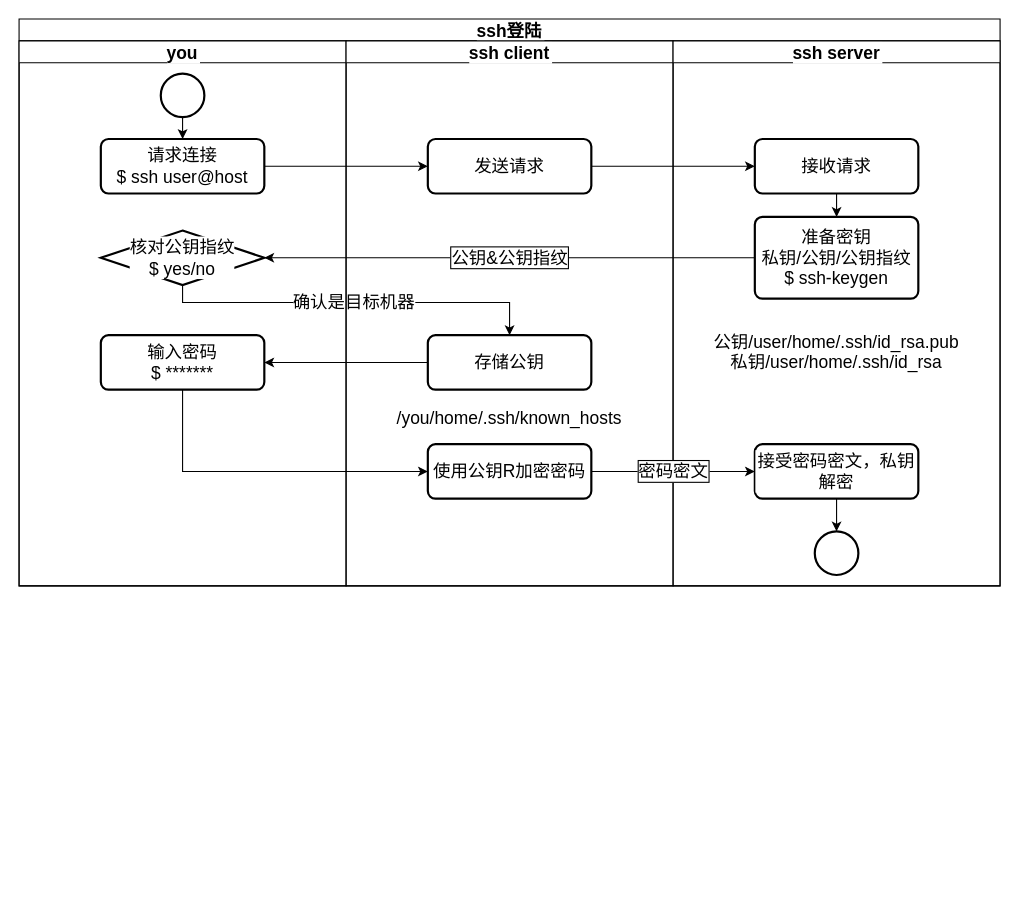
Above: page "Page-1" (1 of 2) of ssh.drawio in RedFoxAtAsleep/app.diagram.net (draw.io), before the change. Source tidied: cells renumbered, new cells numbered last; positions are measured from the earlier drawing's top-left corner, leaving out a move shared by most shapes. Both pictures are drawn from the tidied source at 109%, with x=0, y=0 at pixel (19, 19).
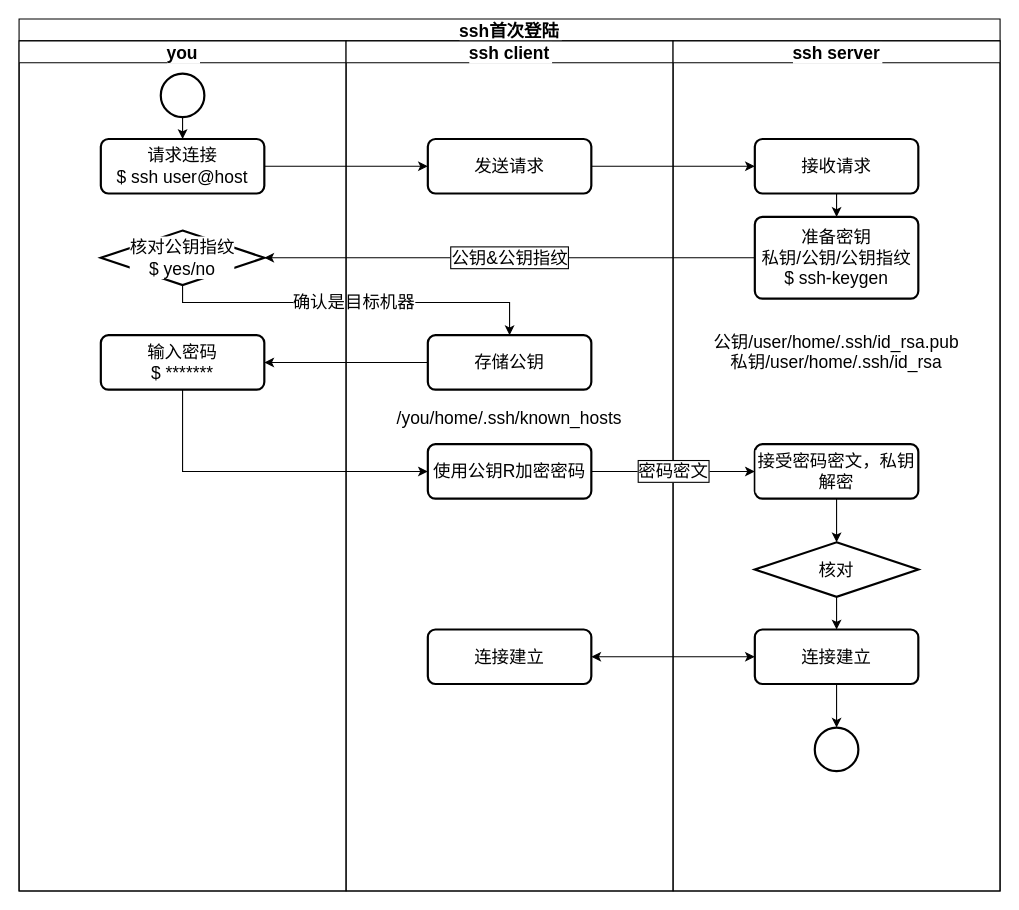
The same diagram, later.

Unchanged cells that the change refers to:
```xml
<mxCell id="25" value="接受密码密文，私钥解密" style="rounded=1;whiteSpace=wrap;html=1;absoluteArcSize=1;arcSize=14;strokeWidth=2;fontSize=16;labelBackgroundColor=default;" parent="20" vertex="1">
  <mxGeometry x="75" y="370" width="150" height="50" as="geometry" />
</mxCell>
```

Diff of the diagram source:
```diff
@@
-    <mxCell id="2" value="ssh登陆" style="swimlane;startSize=20;fontSize=16;labelBackgroundColor=default;" parent="1" vertex="1">
-      <mxGeometry width="900" height="520" as="geometry" />
+    <mxCell id="2" value="ssh首次登陆" style="swimlane;startSize=20;fontSize=16;labelBackgroundColor=default;" parent="1" vertex="1">
+      <mxGeometry width="900" height="800" as="geometry" />
     </mxCell>
@@
     <mxCell id="6" value="you" style="swimlane;startSize=20;fontSize=16;labelBackgroundColor=default;" parent="2" vertex="1">
-      <mxGeometry y="20" width="300" height="500" as="geometry" />
+      <mxGeometry y="20" width="300" height="780" as="geometry" />
     </mxCell>
@@
     <mxCell id="12" value="ssh client" style="swimlane;startSize=20;fontSize=16;labelBackgroundColor=default;" parent="2" vertex="1">
-      <mxGeometry x="300" y="20" width="300" height="500" as="geometry" />
+      <mxGeometry x="300" y="20" width="300" height="780" as="geometry" />
     </mxCell>
@@
+    <mxCell id="29" value="连接建立" style="rounded=1;whiteSpace=wrap;html=1;absoluteArcSize=1;arcSize=14;strokeWidth=2;fontSize=16;labelBackgroundColor=default;" parent="12" vertex="1">
+      <mxGeometry x="75" y="540" width="150" height="50" as="geometry" />
+    </mxCell>
@@
     <mxCell id="20" value="ssh server" style="swimlane;startSize=20;fontSize=16;labelBackgroundColor=default;" parent="2" vertex="1">
-      <mxGeometry x="600" y="20" width="300" height="500" as="geometry" />
+      <mxGeometry x="600" y="20" width="300" height="780" as="geometry" />
     </mxCell>
@@
-    <mxCell id="24" style="edgeStyle=orthogonalEdgeStyle;rounded=0;jettySize=auto;html=1;exitX=0.5;exitY=1;exitDx=0;exitDy=0;labelBackgroundColor=default;labelBorderColor=#000000;fontSize=16;fontColor=#000000;" parent="20" edge="1" source="25" target="26">
+    <mxCell id="24" style="edgeStyle=orthogonalEdgeStyle;rounded=0;jettySize=auto;html=1;exitX=0.5;exitY=1;exitDx=0;exitDy=0;labelBackgroundColor=default;labelBorderColor=#000000;fontSize=16;fontColor=#000000;" parent="20" edge="1" source="25" target="31">
       <mxGeometry relative="1" as="geometry" />
     </mxCell>
@@
-    <mxCell id="26" style="strokeWidth=2;html=1;shape=mxgraph.flowchart.start_2;whiteSpace=wrap;fontSize=16;labelBackgroundColor=default;" parent="20" vertex="1">
-      <mxGeometry x="130" y="450" width="40" height="40" as="geometry" />
-    </mxCell>
@@
+    <mxCell id="30" style="edgeStyle=orthogonalEdgeStyle;rounded=0;jettySize=auto;html=1;exitX=0.5;exitY=1;exitDx=0;exitDy=0;exitPerimeter=0;labelBackgroundColor=default;labelBorderColor=default;fontSize=16;startArrow=none;startFill=0;" parent="20" edge="1" source="31" target="33">
+      <mxGeometry relative="1" as="geometry" />
+    </mxCell>
+    <mxCell id="31" value="核对" style="strokeWidth=2;html=1;shape=mxgraph.flowchart.decision;whiteSpace=wrap;fontSize=16;labelBackgroundColor=default;" parent="20" vertex="1">
+      <mxGeometry x="75" y="460" width="150" height="50" as="geometry" />
+    </mxCell>
+    <mxCell id="32" style="edgeStyle=orthogonalEdgeStyle;rounded=0;jettySize=auto;html=1;labelBackgroundColor=default;labelBorderColor=default;fontSize=16;startArrow=none;startFill=0;" parent="20" edge="1" source="33" target="34">
+      <mxGeometry relative="1" as="geometry" />
+    </mxCell>
+    <mxCell id="33" value="连接建立" style="rounded=1;whiteSpace=wrap;html=1;absoluteArcSize=1;arcSize=14;strokeWidth=2;fontSize=16;labelBackgroundColor=default;" parent="20" vertex="1">
+      <mxGeometry x="75" y="540" width="150" height="50" as="geometry" />
+    </mxCell>
+    <mxCell id="34" style="strokeWidth=2;html=1;shape=mxgraph.flowchart.start_2;whiteSpace=wrap;fontSize=16;labelBackgroundColor=default;" parent="20" vertex="1">
+      <mxGeometry x="130" y="630" width="40" height="40" as="geometry" />
+    </mxCell>
@@
+    <mxCell id="35" style="edgeStyle=orthogonalEdgeStyle;rounded=0;jettySize=auto;html=1;entryX=0;entryY=0.5;entryDx=0;entryDy=0;labelBackgroundColor=default;labelBorderColor=default;fontSize=16;startArrow=classic;startFill=1;" parent="2" edge="1" source="29" target="33">
+      <mxGeometry relative="1" as="geometry" />
+    </mxCell>
```
